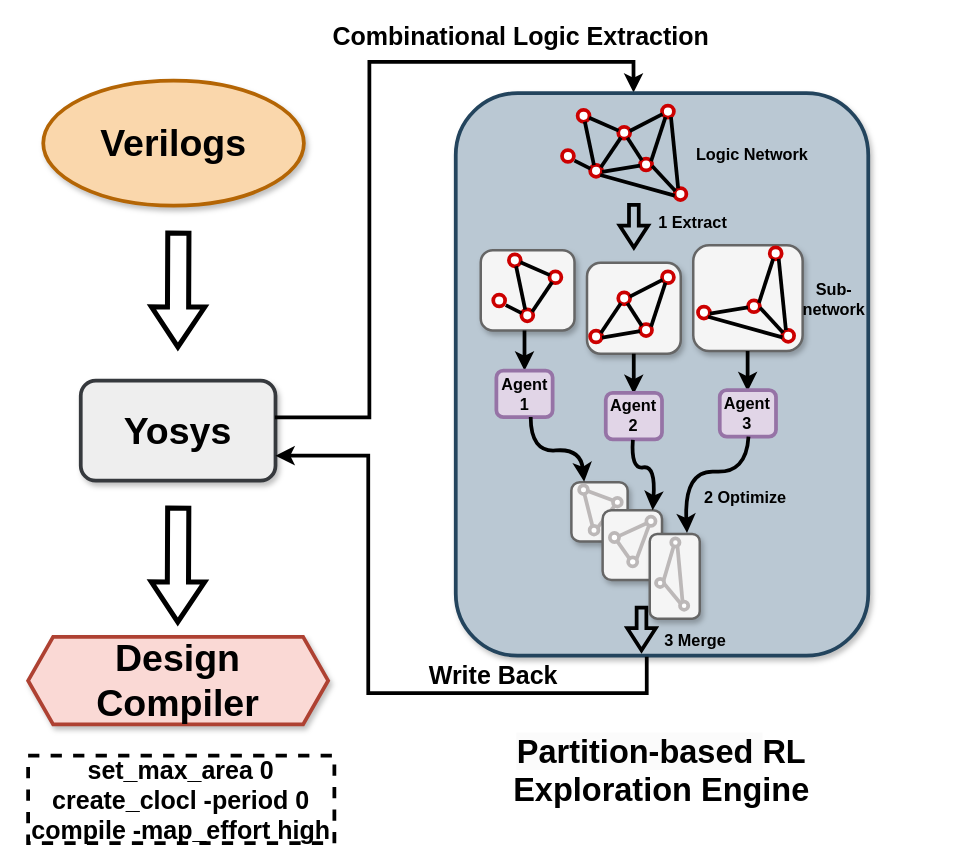
The draw.io diagram experimentFlow.drawio in kxzhu0505/LogicSynOpt, before the edit. Source tidied: cells renumbered, new cells numbered last; positions are measured from the earlier drawing's top-left corner, leaving out a move shared by most shapes. Both pictures are drawn from the tidied source at 125%, with x=0, y=0 at pixel (28, 29).
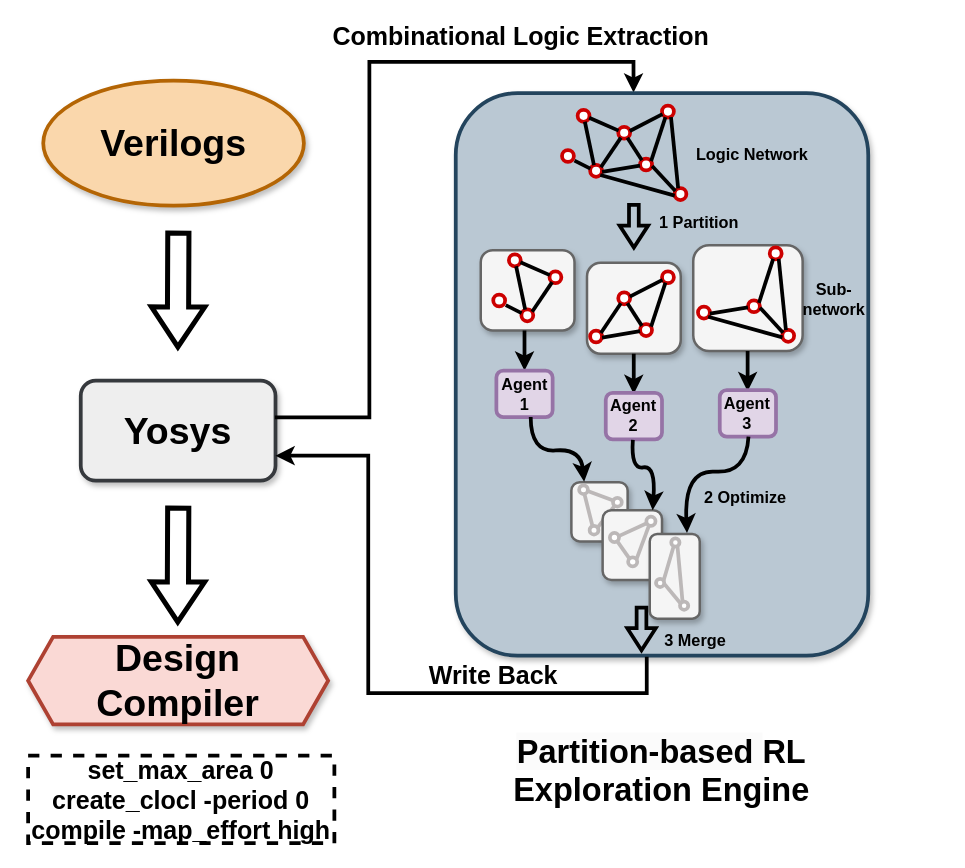
The same diagram, later.

The change refers to these unchanged cells:
```xml
<mxCell id="9" style="group;" parent="1" vertex="1">
  <mxGeometry x="362.1" y="61" width="370" height="440" as="geometry" />
</mxCell>
```

Diff of the diagram source:
```diff
@@
-    <mxCell id="60" value="&lt;b style=&quot;&quot;&gt;&lt;font style=&quot;font-size: 13px;&quot;&gt;1 Extract&lt;/font&gt;&lt;/b&gt;" style="text;html=1;align=center;verticalAlign=middle;whiteSpace=wrap;rounded=0;" parent="9" vertex="1">
-      <mxGeometry x="138.5" y="88" width="61.5" height="10.2" as="geometry" />
+    <mxCell id="60" value="&lt;b style=&quot;&quot;&gt;&lt;font style=&quot;font-size: 13px;&quot;&gt;1 Partition&lt;/font&gt;&lt;/b&gt;" style="text;html=1;align=center;verticalAlign=middle;whiteSpace=wrap;rounded=0;" parent="9" vertex="1">
+      <mxGeometry x="138.5" y="88" width="71.5" height="10.2" as="geometry" />
     </mxCell>
```
